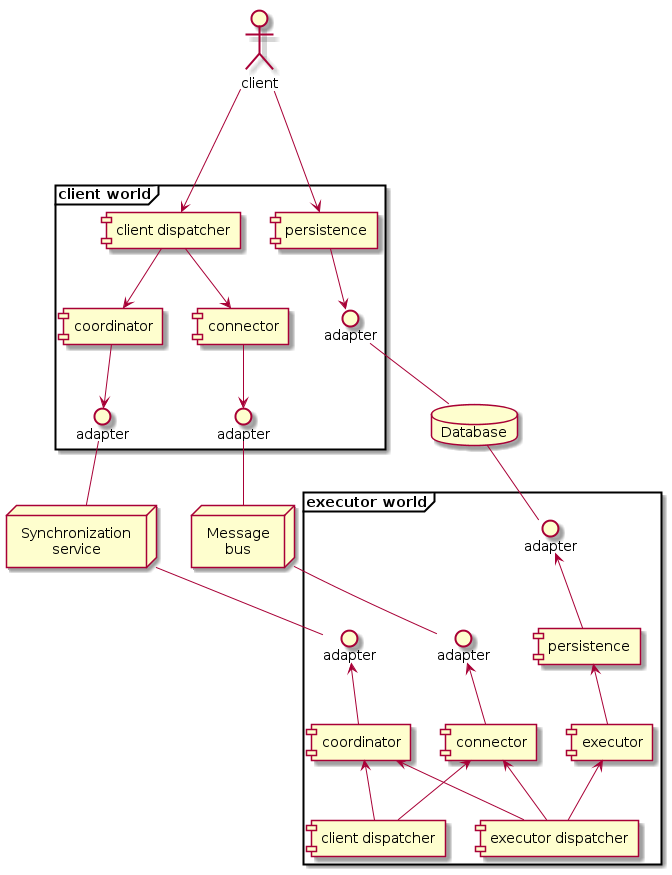
Above: documentation/world.png in Dynflow/dynflow.github.io (PlantUML), before the change.
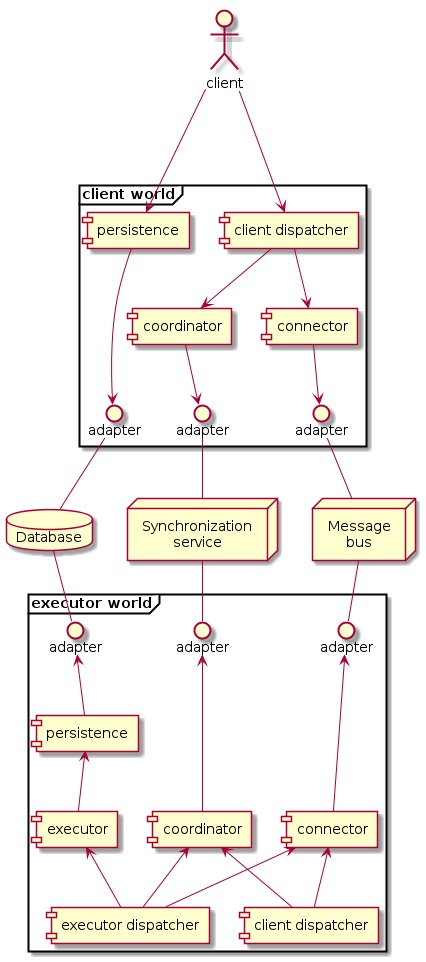
After the change.

Change to the diagram source:
```diff
@@ -12,7 +12,7 @@
   component [client dispatcher] as ClientClientDispatcher
   [ClientCoordinator] -down-> ClientCoordinatorAdapter
   [ClientConnector] -down-> ClientConnectorAdapter
-  [ClientPersistence] -down-> ClientPersistenceAdapter
+  [ClientPersistence] -down--> ClientPersistenceAdapter
   [ClientClientDispatcher] --> [ClientConnector]
   [ClientClientDispatcher] --> [ClientCoordinator]
   client -down--> [ClientClientDispatcher]
@@ -23,8 +23,8 @@
 interface adapter as PersistenceAdapter
 interface adapter as CoordinatorAdapter
 interface adapter as ConnectorAdapter
-[coordinator] -up-> CoordinatorAdapter
-[connector] -up-> ConnectorAdapter
+[coordinator] -up--> CoordinatorAdapter
+[connector] -up--> ConnectorAdapter
 [persistence] -up-> PersistenceAdapter
 [connector] <-- [client dispatcher]
 [connector] <-- [executor dispatcher]
```
